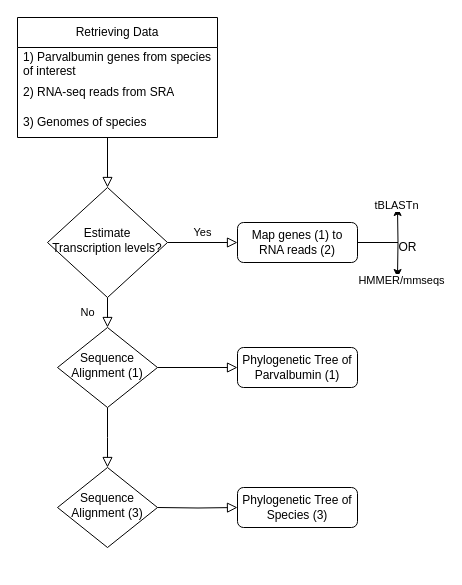
This is Ανώνυμο διάγραμμα.drawio from IceGreb/diagrams, a draw.io file, before an edit. Source tidied: cells renumbered, new cells numbered last; positions are measured from the earlier drawing's top-left corner, leaving out a move shared by most shapes. Both pictures are drawn from the tidied source at 100%, with x=0, y=0 at pixel (17, 17).
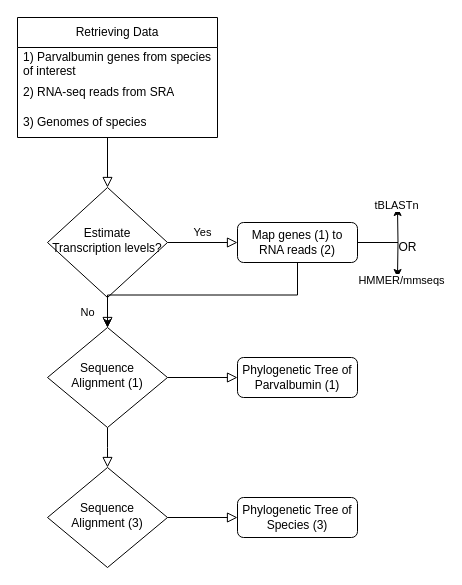
After the change.

The change refers to these unchanged cells:
```xml
<mxCell id="10" value="Map genes (1) to RNA reads (2)" style="rounded=1;whiteSpace=wrap;html=1;fontSize=12;glass=0;strokeWidth=1;shadow=0;" parent="1" vertex="1">
  <mxGeometry x="220" y="205" width="120" height="40" as="geometry" />
</mxCell>
```

Diff of the diagram source:
```diff
@@
+    <mxCell id="23" style="edgeStyle=orthogonalEdgeStyle;rounded=0;jettySize=auto;html=1;exitX=0.5;exitY=1;exitDx=0;exitDy=0;" parent="1" edge="1" source="10" target="13">
+      <mxGeometry relative="1" as="geometry" />
+    </mxCell>
@@
     <mxCell id="13" value="Sequence Alignment (1)" style="rhombus;whiteSpace=wrap;html=1;shadow=0;fontFamily=Helvetica;fontSize=12;align=center;strokeWidth=1;spacing=6;spacingTop=-4;" parent="1" vertex="1">
-      <mxGeometry x="40" y="310" width="100" height="80" as="geometry" />
+      <mxGeometry x="30" y="310" width="120" height="100" as="geometry" />
     </mxCell>
     <mxCell id="14" value="Phylogenetic Tree of Parvalbumin (1)" style="rounded=1;whiteSpace=wrap;html=1;fontSize=12;glass=0;strokeWidth=1;shadow=0;" parent="1" vertex="1">
-      <mxGeometry x="220" y="330" width="120" height="40" as="geometry" />
+      <mxGeometry x="220" y="340" width="120" height="40" as="geometry" />
     </mxCell>
@@
     <mxCell id="19" value="Sequence Alignment (3)" style="rhombus;whiteSpace=wrap;html=1;shadow=0;fontFamily=Helvetica;fontSize=12;align=center;strokeWidth=1;spacing=6;spacingTop=-4;" parent="1" vertex="1">
-      <mxGeometry x="40" y="450" width="100" height="80" as="geometry" />
+      <mxGeometry x="30" y="450" width="120" height="100" as="geometry" />
     </mxCell>
-    <mxCell id="20" style="edgeStyle=orthogonalEdgeStyle;rounded=0;html=1;jettySize=auto;fontSize=11;endArrow=block;endFill=0;endSize=8;strokeWidth=1;shadow=0;labelBackgroundColor=none;" parent="1" edge="1" target="21">
-      <mxGeometry y="10" relative="1" as="geometry">
-        <mxPoint x="140" y="490" as="sourcePoint" />
-      </mxGeometry>
+    <mxCell id="20" style="edgeStyle=orthogonalEdgeStyle;rounded=0;html=1;jettySize=auto;fontSize=11;endArrow=block;endFill=0;endSize=8;strokeWidth=1;shadow=0;labelBackgroundColor=none;exitX=1;exitY=0.5;exitDx=0;exitDy=0;" parent="1" edge="1" source="19" target="21">
+      <mxGeometry y="10" relative="1" as="geometry" />
     </mxCell>
     <mxCell id="21" value="Phylogenetic Tree of Species (3)" style="rounded=1;whiteSpace=wrap;html=1;fontSize=12;glass=0;strokeWidth=1;shadow=0;" parent="1" vertex="1">
-      <mxGeometry x="220" y="470" width="120" height="40" as="geometry" />
+      <mxGeometry x="220" y="480" width="120" height="40" as="geometry" />
     </mxCell>
```
